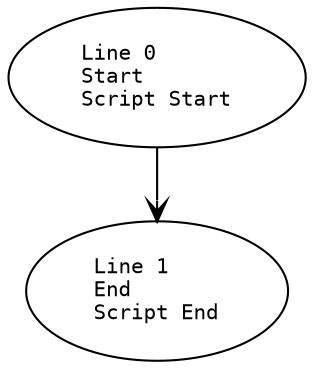
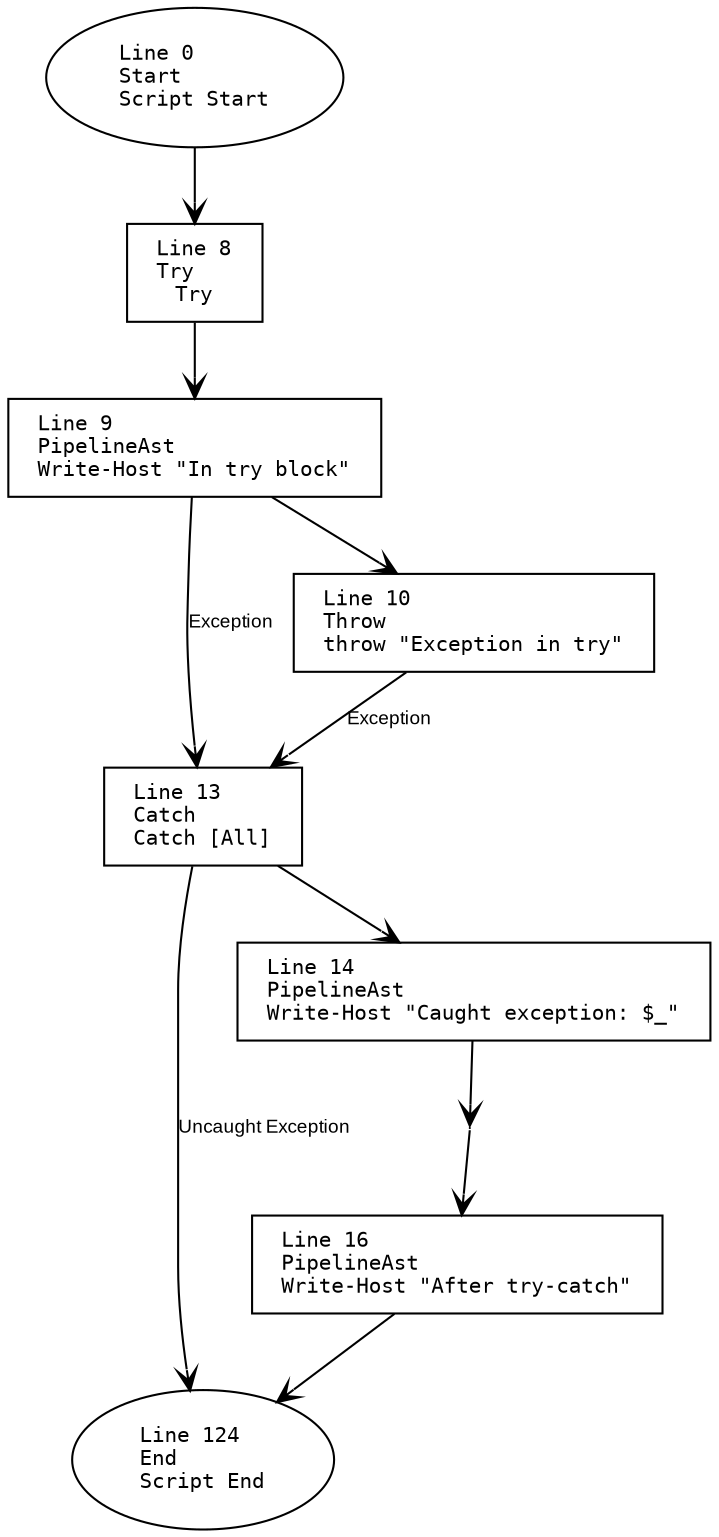
digraph G {
    rankdir=TB;
    node [
        fontname="Consolas"
        shape=box
        width=0
        height=0
        margin="0.2,0.1"
        fontsize=10
    ];
    edge [fontname="Arial", arrowhead=vee, fontsize=9];

    // Nodes
    1 [label="Line 0\lStart\lScript Start", shape=oval];
-     2 [label="Line 1\lEnd\lScript End", shape=oval];
+     2 [label="Line 124\lEnd\lScript End", shape=oval];
+     3 [label="Line 8\lTry\lTry", shape=box];
+     4 [label="Line 15\lMerge\lTry-End", shape=point];
+     5 [label="Line 13\lCatch\lCatch [All]", shape=box];
+     6 [label="Line 9\lPipelineAst\lWrite-Host \"In try block\"", shape=box];
+     7 [label="Line 10\lThrow\lthrow \"Exception in try\"", shape=box];
+     8 [label="Line 14\lPipelineAst\lWrite-Host \"Caught exception: $_\"", shape=box];
+     9 [label="Line 16\lPipelineAst\lWrite-Host \"After try-catch\"", shape=box];

    // Edges
-     1 -> 2;
+     1 -> 3;
+     3 -> 6;
+     6 -> 7;
+     6 -> 5 [label="Exception"];
+     7 -> 5 [label="Exception"];
+     5 -> 8;
+     5 -> 2 [label="Uncaught Exception"];
+     8 -> 4;
+     4 -> 9;
+     9 -> 2;
}